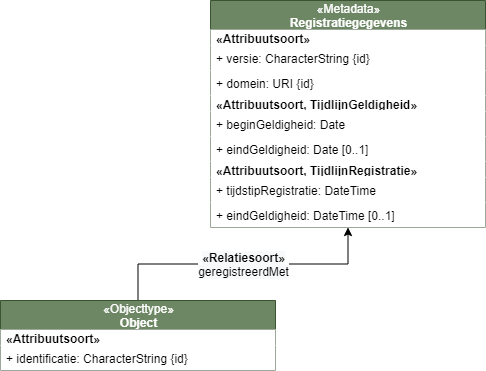
Before: inhoudelijkepunten/historie.drawio.png, a diagram exported from draw.io (Geonovum/disgeo-demo-3a). Source tidied: cells renumbered, new cells last; positions are measured from the earlier drawing's top-left corner, leaving out a move shared by most shapes. Its diagram source:
```xml
<mxGraphModel>
  <root>
    <mxCell id="0" />
    <mxCell id="1" parent="0" />
    <mxCell id="2" value="&lt;span style=&quot;font-size: 12px ; background-color: rgb(248 , 249 , 250)&quot;&gt;&lt;b&gt;«Relatiesoort»&lt;br&gt;&lt;/b&gt;&lt;/span&gt;&lt;span style=&quot;font-size: 12px ; background-color: rgb(248 , 249 , 250)&quot;&gt;geregistreerdMet&lt;/span&gt;" style="edgeStyle=orthogonalEdgeStyle;rounded=0;jettySize=auto;html=1;" parent="1" edge="1" source="3" target="6">
      <mxGeometry relative="1" as="geometry" />
    </mxCell>
    <mxCell id="3" value="&lt;span style=&quot;font-weight: 400&quot;&gt;«Objecttype»&lt;/span&gt;&lt;br style=&quot;font-weight: 400&quot;&gt;Object" style="swimlane;fontStyle=1;align=center;verticalAlign=middle;horizontal=1;startSize=29;html=1;fillColor=#6d8764;strokeColor=#3A5431;fontColor=#ffffff;" parent="1" vertex="1">
      <mxGeometry y="300" width="275" height="70" as="geometry" />
    </mxCell>
    <mxCell id="4" value="&lt;span style=&quot;text-align: center&quot;&gt;&lt;b&gt;«Attribuutsoort»&lt;/b&gt;&lt;/span&gt;" style="text;html=1;align=left;verticalAlign=middle;spacingLeft=4;spacingRight=4;overflow=hidden;fillColor=#ffffff;" parent="3" vertex="1">
      <mxGeometry y="29" width="275" height="16" as="geometry" />
    </mxCell>
    <mxCell id="5" value="+ identificatie: CharacterString {id}" style="text;html=1;align=left;verticalAlign=middle;spacingLeft=4;spacingRight=4;overflow=hidden;fillColor=#ffffff;" parent="3" vertex="1">
      <mxGeometry y="45" width="275" height="25" as="geometry" />
    </mxCell>
    <mxCell id="6" value="&lt;span style=&quot;font-weight: 400&quot;&gt;«Metadata»&lt;/span&gt;&lt;br style=&quot;font-weight: 400&quot;&gt;Registratiegegevens" style="swimlane;fontStyle=1;align=center;verticalAlign=middle;horizontal=1;startSize=29;html=1;fillColor=#6d8764;strokeColor=#3A5431;fontColor=#ffffff;" parent="1" vertex="1">
      <mxGeometry x="210" width="275" height="227" as="geometry" />
    </mxCell>
    <mxCell id="7" value="&lt;span style=&quot;text-align: center&quot;&gt;&lt;b&gt;«Attribuutsoort»&lt;/b&gt;&lt;/span&gt;" style="text;html=1;align=left;verticalAlign=middle;spacingLeft=4;spacingRight=4;overflow=hidden;fillColor=#ffffff;" parent="6" vertex="1">
      <mxGeometry y="29" width="275" height="16" as="geometry" />
    </mxCell>
    <mxCell id="8" value="+ versie: CharacterString {id}" style="text;html=1;align=left;verticalAlign=middle;spacingLeft=4;spacingRight=4;overflow=hidden;fillColor=#ffffff;" parent="6" vertex="1">
      <mxGeometry y="45" width="275" height="25" as="geometry" />
    </mxCell>
    <mxCell id="9" value="+ domein: URI {id}" style="text;html=1;align=left;verticalAlign=middle;spacingLeft=4;spacingRight=4;overflow=hidden;fillColor=#ffffff;" parent="6" vertex="1">
      <mxGeometry y="70" width="275" height="25" as="geometry" />
    </mxCell>
    <mxCell id="10" value="&lt;span style=&quot;text-align: center&quot;&gt;&lt;b&gt;«Attribuutsoort, TijdlijnGeldigheid»&lt;/b&gt;&lt;/span&gt;" style="text;html=1;align=left;verticalAlign=middle;spacingLeft=4;spacingRight=4;overflow=hidden;fillColor=#ffffff;" parent="6" vertex="1">
      <mxGeometry y="95" width="275" height="16" as="geometry" />
    </mxCell>
    <mxCell id="11" value="+ beginGeldigheid: Date" style="text;html=1;align=left;verticalAlign=middle;spacingLeft=4;spacingRight=4;overflow=hidden;fillColor=#ffffff;" parent="6" vertex="1">
      <mxGeometry y="111" width="275" height="25" as="geometry" />
    </mxCell>
    <mxCell id="12" value="+ eindGeldigheid: Date [0..1]" style="text;html=1;align=left;verticalAlign=middle;spacingLeft=4;spacingRight=4;overflow=hidden;fillColor=#ffffff;" parent="6" vertex="1">
      <mxGeometry y="136" width="275" height="25" as="geometry" />
    </mxCell>
    <mxCell id="13" value="&lt;span style=&quot;text-align: center&quot;&gt;&lt;b&gt;«Attribuutsoort, TijdlijnRegistratie»&lt;/b&gt;&lt;/span&gt;" style="text;html=1;align=left;verticalAlign=middle;spacingLeft=4;spacingRight=4;overflow=hidden;fillColor=#ffffff;" parent="6" vertex="1">
      <mxGeometry y="161" width="275" height="16" as="geometry" />
    </mxCell>
    <mxCell id="14" value="+ tijdstipRegistratie: DateTime" style="text;html=1;align=left;verticalAlign=middle;spacingLeft=4;spacingRight=4;overflow=hidden;fillColor=#ffffff;" parent="6" vertex="1">
      <mxGeometry y="177" width="275" height="25" as="geometry" />
    </mxCell>
    <mxCell id="15" value="+ eindGeldigheid: DateTime [0..1]" style="text;html=1;align=left;verticalAlign=middle;spacingLeft=4;spacingRight=4;overflow=hidden;fillColor=#ffffff;" parent="6" vertex="1">
      <mxGeometry y="202" width="275" height="25" as="geometry" />
    </mxCell>
  </root>
</mxGraphModel>
```
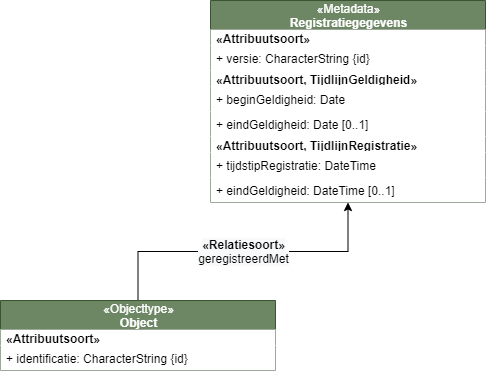
Above is the later version.

Commit message:
fix modelplaatje historie

Diff of the diagram source:
```diff
@@ -15,7 +15,7 @@
       <mxGeometry y="45" width="275" height="25" as="geometry" />
     </mxCell>
     <mxCell id="6" value="&lt;span style=&quot;font-weight: 400&quot;&gt;«Metadata»&lt;/span&gt;&lt;br style=&quot;font-weight: 400&quot;&gt;Registratiegegevens" style="swimlane;fontStyle=1;align=center;verticalAlign=middle;horizontal=1;startSize=29;html=1;fillColor=#6d8764;strokeColor=#3A5431;fontColor=#ffffff;" parent="1" vertex="1">
-      <mxGeometry x="210" width="275" height="227" as="geometry" />
+      <mxGeometry x="210" width="275" height="202" as="geometry" />
     </mxCell>
     <mxCell id="7" value="&lt;span style=&quot;text-align: center&quot;&gt;&lt;b&gt;«Attribuutsoort»&lt;/b&gt;&lt;/span&gt;" style="text;html=1;align=left;verticalAlign=middle;spacingLeft=4;spacingRight=4;overflow=hidden;fillColor=#ffffff;" parent="6" vertex="1">
       <mxGeometry y="29" width="275" height="16" as="geometry" />
@@ -23,26 +23,23 @@
     <mxCell id="8" value="+ versie: CharacterString {id}" style="text;html=1;align=left;verticalAlign=middle;spacingLeft=4;spacingRight=4;overflow=hidden;fillColor=#ffffff;" parent="6" vertex="1">
       <mxGeometry y="45" width="275" height="25" as="geometry" />
     </mxCell>
-    <mxCell id="9" value="+ domein: URI {id}" style="text;html=1;align=left;verticalAlign=middle;spacingLeft=4;spacingRight=4;overflow=hidden;fillColor=#ffffff;" parent="6" vertex="1">
-      <mxGeometry y="70" width="275" height="25" as="geometry" />
-    </mxCell>
     <mxCell id="10" value="&lt;span style=&quot;text-align: center&quot;&gt;&lt;b&gt;«Attribuutsoort, TijdlijnGeldigheid»&lt;/b&gt;&lt;/span&gt;" style="text;html=1;align=left;verticalAlign=middle;spacingLeft=4;spacingRight=4;overflow=hidden;fillColor=#ffffff;" parent="6" vertex="1">
-      <mxGeometry y="95" width="275" height="16" as="geometry" />
+      <mxGeometry y="70" width="275" height="16" as="geometry" />
     </mxCell>
     <mxCell id="11" value="+ beginGeldigheid: Date" style="text;html=1;align=left;verticalAlign=middle;spacingLeft=4;spacingRight=4;overflow=hidden;fillColor=#ffffff;" parent="6" vertex="1">
-      <mxGeometry y="111" width="275" height="25" as="geometry" />
+      <mxGeometry y="86" width="275" height="25" as="geometry" />
     </mxCell>
     <mxCell id="12" value="+ eindGeldigheid: Date [0..1]" style="text;html=1;align=left;verticalAlign=middle;spacingLeft=4;spacingRight=4;overflow=hidden;fillColor=#ffffff;" parent="6" vertex="1">
-      <mxGeometry y="136" width="275" height="25" as="geometry" />
+      <mxGeometry y="111" width="275" height="25" as="geometry" />
     </mxCell>
     <mxCell id="13" value="&lt;span style=&quot;text-align: center&quot;&gt;&lt;b&gt;«Attribuutsoort, TijdlijnRegistratie»&lt;/b&gt;&lt;/span&gt;" style="text;html=1;align=left;verticalAlign=middle;spacingLeft=4;spacingRight=4;overflow=hidden;fillColor=#ffffff;" parent="6" vertex="1">
-      <mxGeometry y="161" width="275" height="16" as="geometry" />
+      <mxGeometry y="136" width="275" height="16" as="geometry" />
     </mxCell>
     <mxCell id="14" value="+ tijdstipRegistratie: DateTime" style="text;html=1;align=left;verticalAlign=middle;spacingLeft=4;spacingRight=4;overflow=hidden;fillColor=#ffffff;" parent="6" vertex="1">
-      <mxGeometry y="177" width="275" height="25" as="geometry" />
+      <mxGeometry y="152" width="275" height="25" as="geometry" />
     </mxCell>
     <mxCell id="15" value="+ eindGeldigheid: DateTime [0..1]" style="text;html=1;align=left;verticalAlign=middle;spacingLeft=4;spacingRight=4;overflow=hidden;fillColor=#ffffff;" parent="6" vertex="1">
-      <mxGeometry y="202" width="275" height="25" as="geometry" />
+      <mxGeometry y="177" width="275" height="25" as="geometry" />
     </mxCell>
   </root>
 </mxGraphModel>
```
